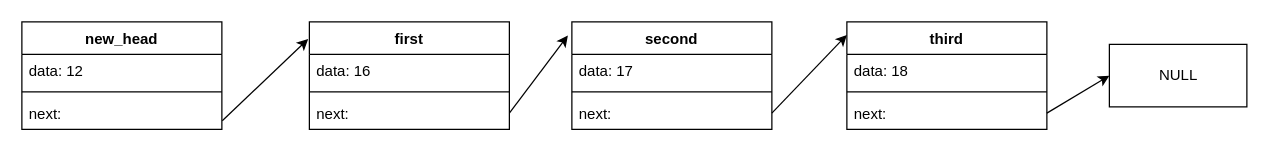
Qantas94Heavy/COMP1511-20T2 keeps this draw.io diagram as Untitled Diagram2.drawio. Above is the earlier version. Source tidied: cells renumbered, new cells numbered last; positions are measured from the earlier drawing's top-left corner, leaving out a move shared by most shapes. Both pictures are drawn from the tidied source at 125%, with x=0, y=0 at pixel (21, 21).
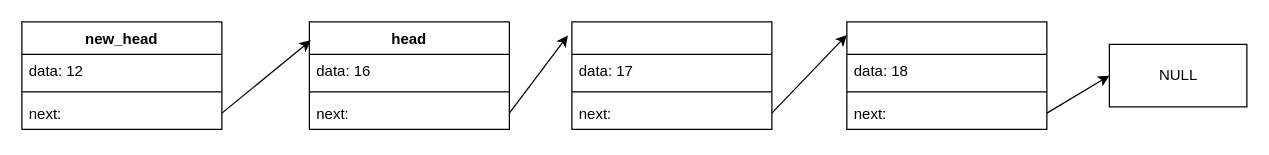
The same diagram, later.

Unchanged cells that the change refers to:
```xml
<mxCell id="21" value="next:&#10;" style="text;strokeColor=none;fillColor=none;align=left;verticalAlign=top;spacingLeft=4;spacingRight=4;overflow=hidden;points=[[0,0.5],[1,0.5]];portConstraint=eastwest;" parent="18" vertex="1">
  <mxGeometry y="60" width="160" height="26" as="geometry" />
</mxCell>
```

What changed in the source:
```diff
@@
-    <mxCell id="2" value="first" style="swimlane;fontStyle=1;align=center;verticalAlign=top;horizontal=1;startSize=26;" parent="1" vertex="1">
+    <mxCell id="2" value="head" style="swimlane;fontStyle=1;align=center;verticalAlign=top;horizontal=1;startSize=26;" parent="1" vertex="1">
       <mxGeometry x="230" width="160" height="86" as="geometry" />
     </mxCell>
@@
-    <mxCell id="6" value="second" style="swimlane;fontStyle=1;align=center;verticalAlign=top;horizontal=1;startSize=26;" parent="1" vertex="1">
+    <mxCell id="6" style="swimlane;fontStyle=1;align=center;verticalAlign=top;horizontal=1;startSize=26;" parent="1" vertex="1">
       <mxGeometry x="440" width="160" height="86" as="geometry" />
     </mxCell>
@@
-    <mxCell id="12" value="third" style="swimlane;fontStyle=1;align=center;verticalAlign=top;horizontal=1;startSize=26;" parent="1" vertex="1">
+    <mxCell id="12" style="swimlane;fontStyle=1;align=center;verticalAlign=top;horizontal=1;startSize=26;" parent="1" vertex="1">
       <mxGeometry x="660" width="160" height="86" as="geometry" />
     </mxCell>
@@
-    <mxCell id="22" style="endArrow=classic;html=1;exitX=1.002;exitY=0.734;exitDx=0;exitDy=0;exitPerimeter=0;entryX=-0.006;entryY=0.16;entryDx=0;entryDy=0;entryPerimeter=0;" parent="1" edge="1" source="21" target="2">
+    <mxCell id="22" style="endArrow=classic;html=1;exitX=1;exitY=0.5;exitDx=0;exitDy=0;entryX=0.007;entryY=0.172;entryDx=0;entryDy=0;entryPerimeter=0;" parent="1" edge="1" source="21" target="2">
       <mxGeometry relative="1" as="geometry" />
     </mxCell>
```
